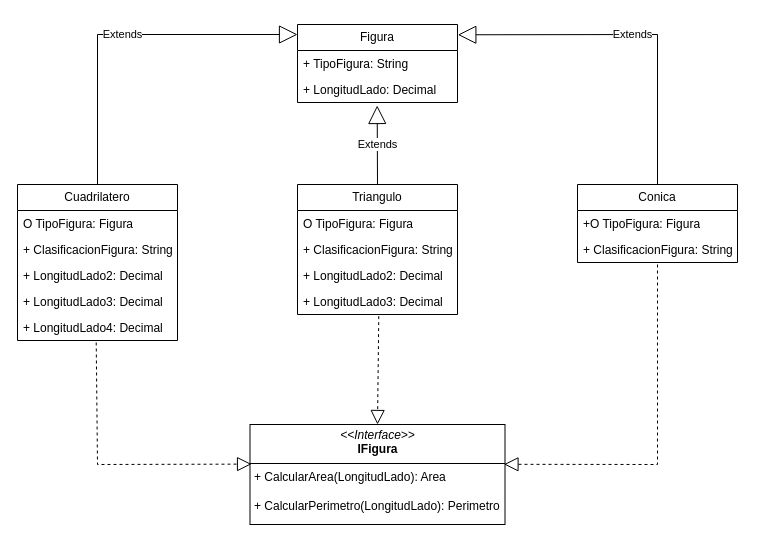
Above: Diagrama sin título.drawio in Francisco-Galea/Diagramas-y-Otros (draw.io), before the change. Source tidied: cells renumbered, new cells numbered last; positions are measured from the earlier drawing's top-left corner, leaving out a move shared by most shapes. Both pictures are drawn from the tidied source at 100%, with x=0, y=0 at pixel (17, 24).
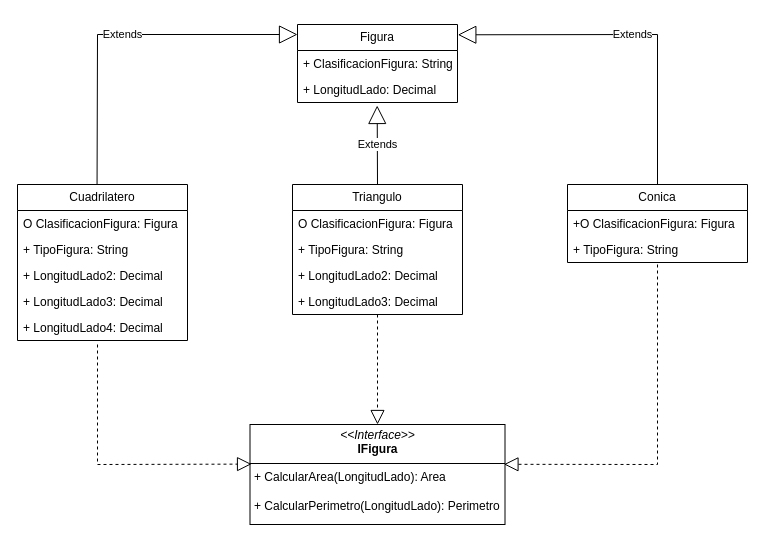
Above is the later version.

Unchanged cells that the change refers to:
```xml
<mxCell id="2" value="Figura" style="swimlane;fontStyle=0;horizontal=1;startSize=26;fillColor=none;whiteSpace=wrap;html=1;" parent="1" vertex="1">
  <mxGeometry x="280" width="160" height="78" as="geometry" />
</mxCell>
<mxCell id="19" value="&lt;p style=&quot;margin:0px;margin-top:4px;text-align:center;&quot;&gt;&lt;i&gt;&amp;lt;&amp;lt;Interface&amp;gt;&amp;gt;&lt;/i&gt;&lt;br&gt;&lt;b&gt;IFigura&lt;/b&gt;&lt;/p&gt;&lt;hr size=&quot;1&quot; style=&quot;border-style:solid;&quot;&gt;&lt;p style=&quot;margin:0px;margin-left:4px;&quot;&gt;+ CalcularArea(LongitudLado): Area&lt;/p&gt;&lt;p style=&quot;margin:0px;margin-left:4px;&quot;&gt;&amp;nbsp;&lt;br&gt;+ CalcularPerimetro(LongitudLado): Perimetro&lt;/p&gt;" style="verticalAlign=top;align=left;overflow=fill;html=1;whiteSpace=wrap;" parent="1" vertex="1">
  <mxGeometry x="232.5" y="400" width="255" height="100" as="geometry" />
</mxCell>
```

What changed in the source:
```diff
@@
-    <mxCell id="3" value="+ TipoFigura: String&lt;div&gt;&lt;br&gt;&lt;/div&gt;" style="text;strokeColor=none;fillColor=none;align=left;verticalAlign=top;spacingLeft=4;spacingRight=4;overflow=hidden;whiteSpace=wrap;html=1;" parent="2" vertex="1">
+    <mxCell id="3" value="+ ClasificacionFigura: String&lt;div&gt;&lt;br&gt;&lt;/div&gt;" style="text;strokeColor=none;fillColor=none;align=left;verticalAlign=top;spacingLeft=4;spacingRight=4;overflow=hidden;whiteSpace=wrap;html=1;" parent="2" vertex="1">
       <mxGeometry y="26" width="160" height="26" as="geometry" />
     </mxCell>
@@
     <mxCell id="5" value="Cuadrilatero" style="swimlane;fontStyle=0;horizontal=1;startSize=26;fillColor=none;whiteSpace=wrap;html=1;" parent="1" vertex="1">
-      <mxGeometry y="160" width="160" height="156" as="geometry" />
+      <mxGeometry y="160" width="170" height="156" as="geometry" />
     </mxCell>
-    <mxCell id="6" value="O TipoFigura: Figura" style="text;strokeColor=none;fillColor=none;align=left;verticalAlign=top;spacingLeft=4;spacingRight=4;overflow=hidden;whiteSpace=wrap;html=1;" parent="5" vertex="1">
-      <mxGeometry y="26" width="160" height="26" as="geometry" />
+    <mxCell id="6" value="O ClasificacionFigura: Figura" style="text;strokeColor=none;fillColor=none;align=left;verticalAlign=top;spacingLeft=4;spacingRight=4;overflow=hidden;whiteSpace=wrap;html=1;" parent="5" vertex="1">
+      <mxGeometry y="26" width="170" height="26" as="geometry" />
     </mxCell>
-    <mxCell id="7" value="+ ClasificacionFigura: String" style="text;strokeColor=none;fillColor=none;align=left;verticalAlign=top;spacingLeft=4;spacingRight=4;overflow=hidden;whiteSpace=wrap;html=1;" parent="5" vertex="1">
-      <mxGeometry y="52" width="160" height="26" as="geometry" />
+    <mxCell id="7" value="+ TipoFigura: String" style="text;strokeColor=none;fillColor=none;align=left;verticalAlign=top;spacingLeft=4;spacingRight=4;overflow=hidden;whiteSpace=wrap;html=1;" parent="5" vertex="1">
+      <mxGeometry y="52" width="170" height="26" as="geometry" />
     </mxCell>
     <mxCell id="8" value="+ LongitudLado2: Decimal&lt;div&gt;&lt;br&gt;&lt;/div&gt;" style="text;strokeColor=none;fillColor=none;align=left;verticalAlign=top;spacingLeft=4;spacingRight=4;overflow=hidden;whiteSpace=wrap;html=1;" parent="5" vertex="1">
-      <mxGeometry y="78" width="160" height="26" as="geometry" />
+      <mxGeometry y="78" width="170" height="26" as="geometry" />
     </mxCell>
     <mxCell id="9" value="+ LongitudLado3: Decimal" style="text;strokeColor=none;fillColor=none;align=left;verticalAlign=top;spacingLeft=4;spacingRight=4;overflow=hidden;whiteSpace=wrap;html=1;" parent="5" vertex="1">
-      <mxGeometry y="104" width="160" height="26" as="geometry" />
+      <mxGeometry y="104" width="170" height="26" as="geometry" />
     </mxCell>
     <mxCell id="10" value="+ LongitudLado4: Decimal" style="text;strokeColor=none;fillColor=none;align=left;verticalAlign=top;spacingLeft=4;spacingRight=4;overflow=hidden;points=[[0,0.5],[1,0.5]];portConstraint=eastwest;whiteSpace=wrap;html=1;" parent="5" vertex="1">
-      <mxGeometry y="130" width="160" height="26" as="geometry" />
+      <mxGeometry y="130" width="170" height="26" as="geometry" />
     </mxCell>
     <mxCell id="11" value="Triangulo" style="swimlane;fontStyle=0;horizontal=1;startSize=26;fillColor=none;whiteSpace=wrap;html=1;" parent="1" vertex="1">
-      <mxGeometry x="280" y="160" width="160" height="130" as="geometry" />
+      <mxGeometry x="275" y="160" width="170" height="130" as="geometry" />
     </mxCell>
-    <mxCell id="12" value="O TipoFigura: Figura" style="text;strokeColor=none;fillColor=none;align=left;verticalAlign=top;spacingLeft=4;spacingRight=4;overflow=hidden;whiteSpace=wrap;html=1;" parent="11" vertex="1">
-      <mxGeometry y="26" width="160" height="26" as="geometry" />
+    <mxCell id="12" value="O ClasificacionFigura: Figura" style="text;strokeColor=none;fillColor=none;align=left;verticalAlign=top;spacingLeft=4;spacingRight=4;overflow=hidden;whiteSpace=wrap;html=1;" parent="11" vertex="1">
+      <mxGeometry y="26" width="170" height="26" as="geometry" />
     </mxCell>
-    <mxCell id="13" value="+ ClasificacionFigura: String" style="text;strokeColor=none;fillColor=none;align=left;verticalAlign=top;spacingLeft=4;spacingRight=4;overflow=hidden;whiteSpace=wrap;html=1;" parent="11" vertex="1">
-      <mxGeometry y="52" width="160" height="26" as="geometry" />
+    <mxCell id="13" value="+ TipoFigura: String&lt;div&gt;&lt;br&gt;&lt;/div&gt;" style="text;strokeColor=none;fillColor=none;align=left;verticalAlign=top;spacingLeft=4;spacingRight=4;overflow=hidden;whiteSpace=wrap;html=1;" parent="11" vertex="1">
+      <mxGeometry y="52" width="170" height="26" as="geometry" />
     </mxCell>
     <mxCell id="14" value="+ LongitudLado2: Decimal" style="text;strokeColor=none;fillColor=none;align=left;verticalAlign=top;spacingLeft=4;spacingRight=4;overflow=hidden;whiteSpace=wrap;html=1;" parent="11" vertex="1">
-      <mxGeometry y="78" width="160" height="26" as="geometry" />
+      <mxGeometry y="78" width="170" height="26" as="geometry" />
     </mxCell>
     <mxCell id="15" value="+ LongitudLado3: Decimal" style="text;strokeColor=none;fillColor=none;align=left;verticalAlign=top;spacingLeft=4;spacingRight=4;overflow=hidden;points=[[0,0.5],[1,0.5]];portConstraint=eastwest;whiteSpace=wrap;html=1;" parent="11" vertex="1">
-      <mxGeometry y="104" width="160" height="26" as="geometry" />
+      <mxGeometry y="104" width="170" height="26" as="geometry" />
     </mxCell>
     <mxCell id="16" value="Conica" style="swimlane;fontStyle=0;horizontal=1;startSize=26;fillColor=none;whiteSpace=wrap;html=1;" parent="1" vertex="1">
-      <mxGeometry x="560" y="160" width="160" height="78" as="geometry" />
+      <mxGeometry x="550" y="160" width="180" height="78" as="geometry" />
     </mxCell>
-    <mxCell id="17" value="+O TipoFigura: Figura" style="text;strokeColor=none;fillColor=none;align=left;verticalAlign=top;spacingLeft=4;spacingRight=4;overflow=hidden;whiteSpace=wrap;html=1;" parent="16" vertex="1">
-      <mxGeometry y="26" width="160" height="26" as="geometry" />
+    <mxCell id="17" value="+O ClasificacionFigura: Figura" style="text;strokeColor=none;fillColor=none;align=left;verticalAlign=top;spacingLeft=4;spacingRight=4;overflow=hidden;whiteSpace=wrap;html=1;" parent="16" vertex="1">
+      <mxGeometry y="26" width="180" height="26" as="geometry" />
     </mxCell>
-    <mxCell id="18" value="+ ClasificacionFigura: String" style="text;strokeColor=none;fillColor=none;align=left;verticalAlign=top;spacingLeft=4;spacingRight=4;overflow=hidden;whiteSpace=wrap;html=1;" parent="16" vertex="1">
-      <mxGeometry y="52" width="160" height="26" as="geometry" />
+    <mxCell id="18" value="+ TipoFigura: String" style="text;strokeColor=none;fillColor=none;align=left;verticalAlign=top;spacingLeft=4;spacingRight=4;overflow=hidden;whiteSpace=wrap;html=1;" parent="16" vertex="1">
+      <mxGeometry y="52" width="180" height="26" as="geometry" />
     </mxCell>
@@
-    <mxCell id="20" style="endArrow=block;dashed=1;endFill=0;endSize=12;html=1;rounded=0;entryX=0.5;entryY=0;entryDx=0;entryDy=0;exitX=0.508;exitY=1.062;exitDx=0;exitDy=0;exitPerimeter=0;" parent="1" edge="1" source="15" target="19">
-      <mxGeometry relative="1" as="geometry" />
+    <mxCell id="20" style="endArrow=block;dashed=1;endFill=0;endSize=12;html=1;rounded=0;entryX=0.5;entryY=0;entryDx=0;entryDy=0;" parent="1" edge="1" target="19">
+      <mxGeometry relative="1" as="geometry">
+        <mxPoint x="360" y="290" as="sourcePoint" />
+      </mxGeometry>
     </mxCell>
-    <mxCell id="21" style="endArrow=block;dashed=1;endFill=0;endSize=12;html=1;rounded=0;exitX=0.492;exitY=1.077;exitDx=0;exitDy=0;exitPerimeter=0;entryX=0.006;entryY=0.396;entryDx=0;entryDy=0;entryPerimeter=0;" parent="1" edge="1" source="10" target="19">
+    <mxCell id="21" style="endArrow=block;dashed=1;endFill=0;endSize=12;html=1;rounded=0;entryX=0.006;entryY=0.396;entryDx=0;entryDy=0;entryPerimeter=0;" parent="1" edge="1" target="19">
       <mxGeometry relative="1" as="geometry">
+        <mxPoint x="80" y="320" as="sourcePoint" />
         <Array as="points">
           <mxPoint x="80" y="440" />
         </Array>
       </mxGeometry>
     </mxCell>
@@
-    <mxCell id="23" value="Extends" style="endArrow=block;endSize=16;endFill=0;html=1;rounded=0;exitX=0.5;exitY=0;exitDx=0;exitDy=0;" parent="1" edge="1" source="5">
+    <mxCell id="23" value="Extends" style="endArrow=block;endSize=16;endFill=0;html=1;rounded=0;exitX=0.468;exitY=0.003;exitDx=0;exitDy=0;exitPerimeter=0;" parent="1" edge="1" source="5">
       <mxGeometry relative="1" as="geometry">
         <mxPoint x="280" y="10" as="targetPoint" />
         <Array as="points">
           <mxPoint x="80" y="10" />
         </Array>
       </mxGeometry>
     </mxCell>
```
